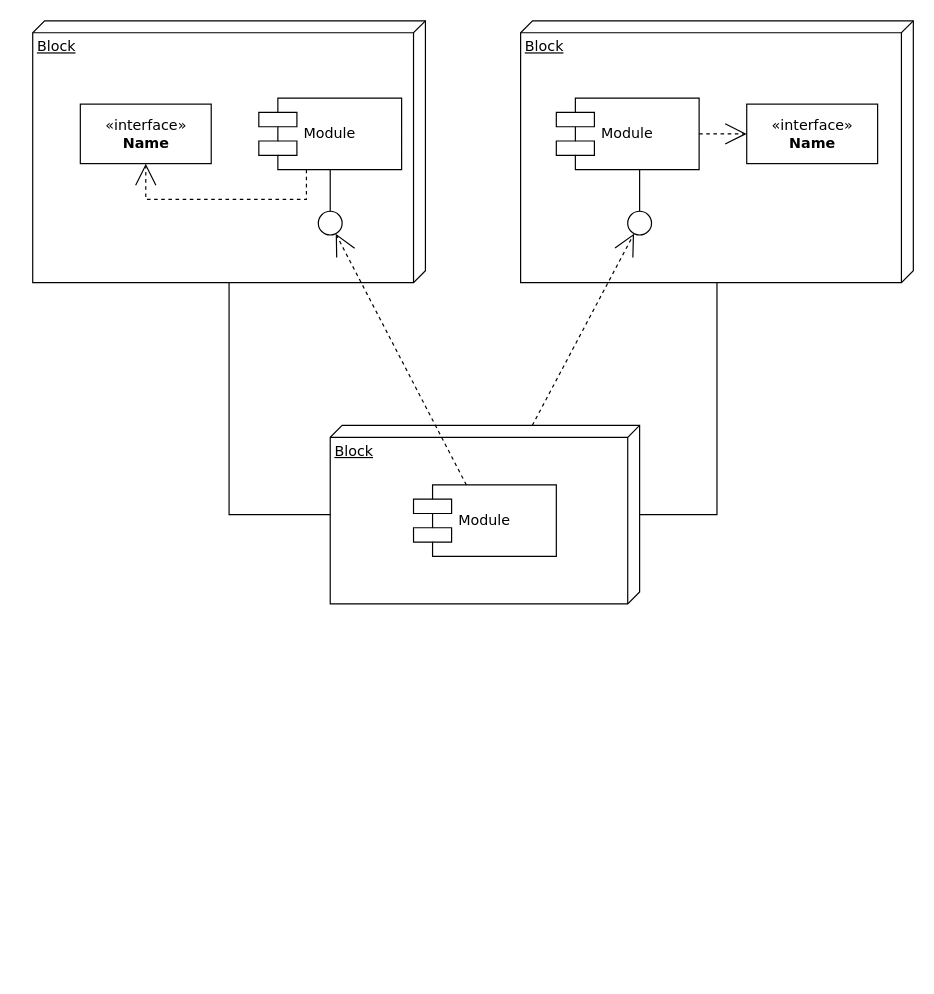
Before: page "Page-1" (1 of 2) of package.drawio in gg2herry/drawio, a draw.io diagram. Source tidied: cells renumbered, new cells numbered last; positions are measured from the earlier drawing's top-left corner, leaving out a move shared by most shapes. Both pictures are drawn from the tidied source at 119%, with x=0, y=0 at pixel (32, 20).
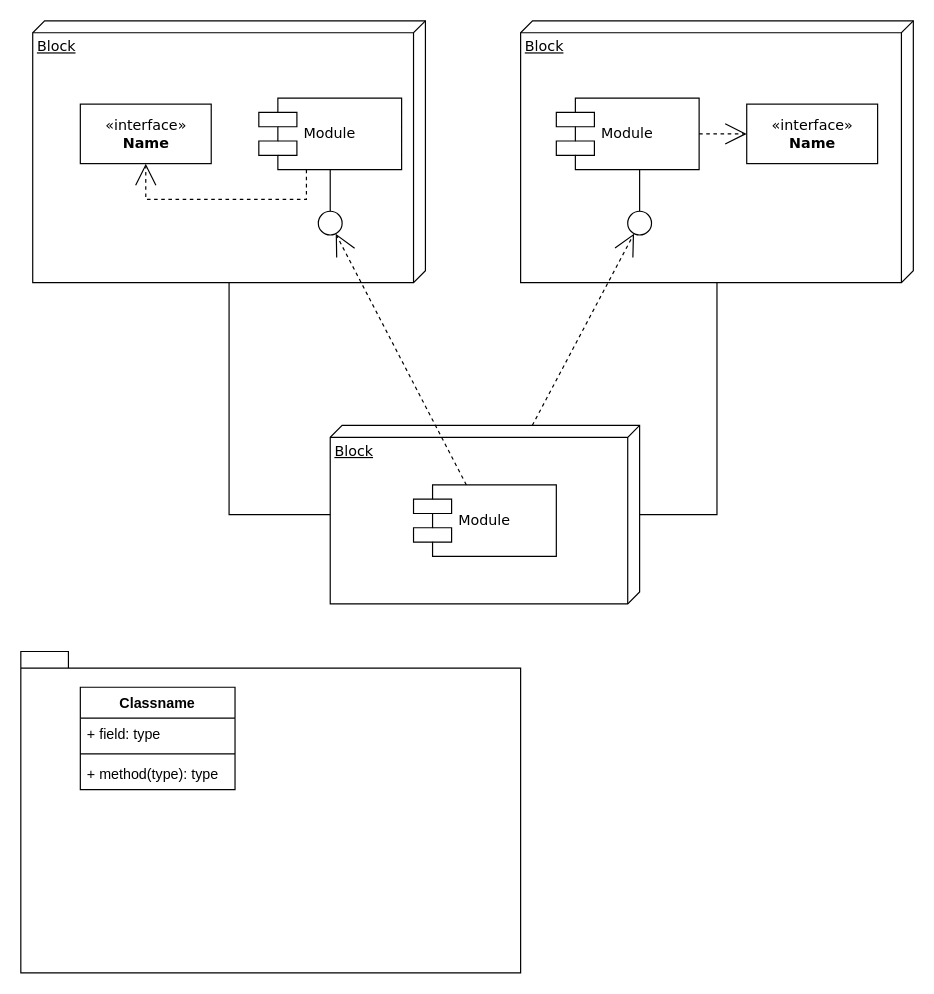
The same diagram, later.

What changed in the source:
```diff
@@
+    <mxCell id="20" style="shape=folder;fontStyle=1;spacingTop=10;tabWidth=40;tabHeight=14;tabPosition=left;html=1;" parent="1" vertex="1">
+      <mxGeometry x="-10" y="530" width="420" height="270" as="geometry" />
+    </mxCell>
+    <mxCell id="21" value="Classname" style="swimlane;fontStyle=1;align=center;verticalAlign=top;horizontal=1;startSize=26;" parent="1" vertex="1">
+      <mxGeometry x="40" y="560" width="130" height="86" as="geometry" />
+    </mxCell>
+    <mxCell id="22" value="+ field: type" style="text;strokeColor=none;fillColor=none;align=left;verticalAlign=top;spacingLeft=4;spacingRight=4;overflow=hidden;" parent="21" vertex="1">
+      <mxGeometry y="26" width="130" height="26" as="geometry" />
+    </mxCell>
+    <mxCell id="23" style="line;strokeWidth=1;fillColor=none;align=left;verticalAlign=middle;spacingTop=-1;spacingLeft=3;spacingRight=3;labelPosition=right;" parent="21" vertex="1">
+      <mxGeometry y="52" width="130" height="8" as="geometry" />
+    </mxCell>
+    <mxCell id="24" value="+ method(type): type" style="text;strokeColor=none;fillColor=none;align=left;verticalAlign=top;spacingLeft=4;spacingRight=4;overflow=hidden;" parent="21" vertex="1">
+      <mxGeometry y="60" width="130" height="26" as="geometry" />
+    </mxCell>
```
